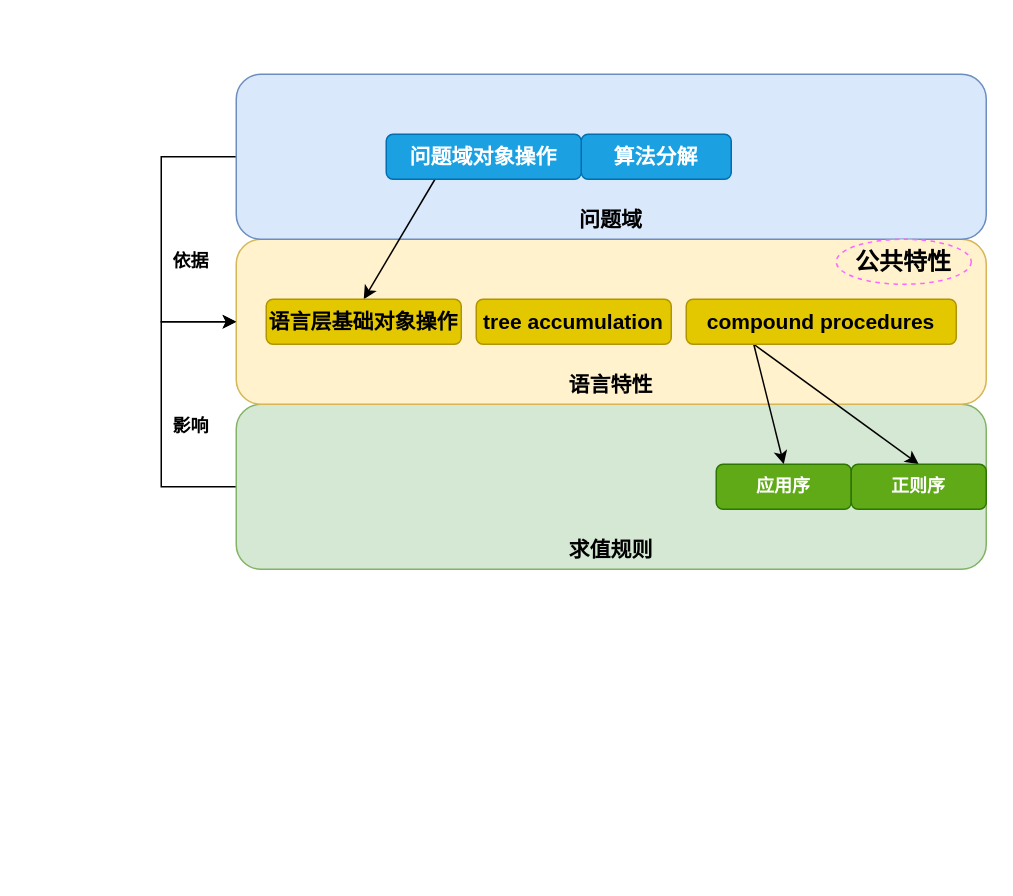
Earlier version of the draw.io diagram temp/syntex.drawio (buyouS/draw). Source tidied: cells renumbered, new cells numbered last; positions are measured from the earlier drawing's top-left corner, leaving out a move shared by most shapes. Both pictures are drawn from the tidied source at 150%, with x=0, y=0 at pixel (146, 74).
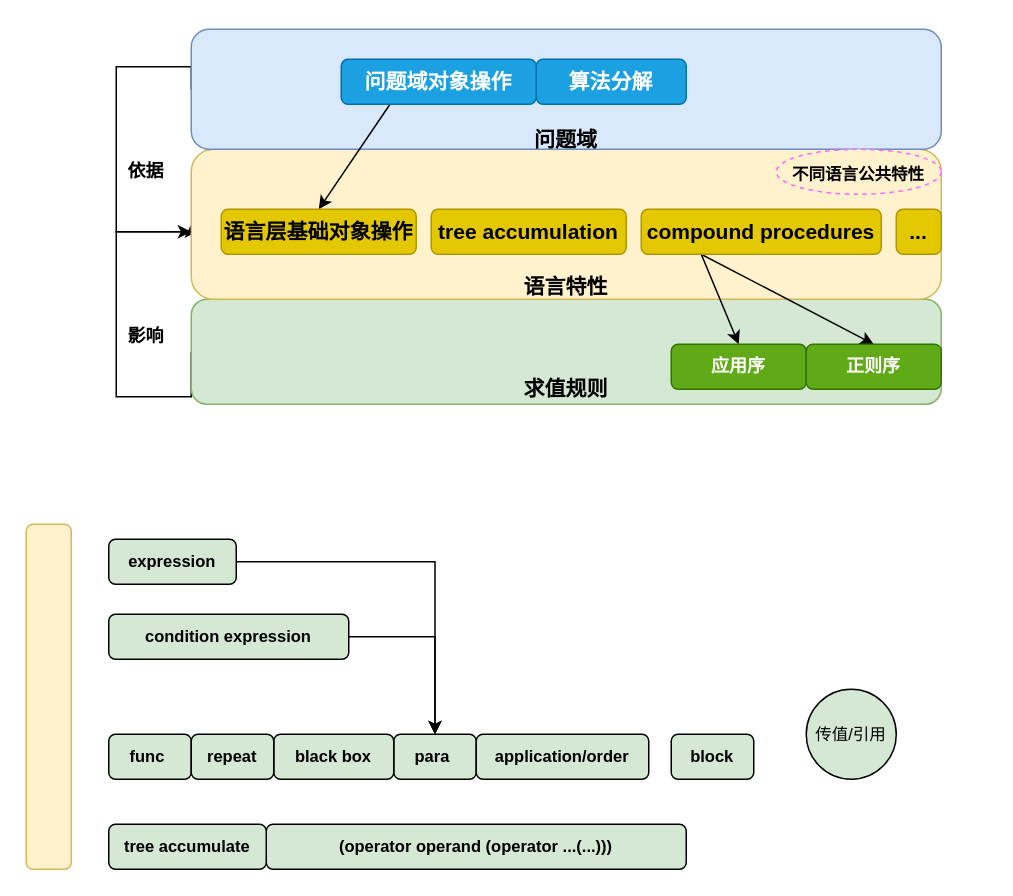
Above is the later version.

The edit, as a diff of the source:
```diff
@@
     <mxCell id="2" style="edgeStyle=orthogonalEdgeStyle;rounded=0;jettySize=auto;html=1;exitX=0;exitY=0.5;exitDx=0;exitDy=0;entryX=0;entryY=0.5;entryDx=0;entryDy=0;" parent="1" edge="1" source="3" target="4">
       <mxGeometry relative="1" as="geometry">
         <Array as="points">
-          <mxPoint x="10" y="275" />
-          <mxPoint x="10" y="165" />
+          <mxPoint x="-20" y="215" />
+          <mxPoint x="-20" y="105" />
         </Array>
       </mxGeometry>
     </mxCell>
-    <mxCell id="3" value="&lt;b&gt;&lt;br&gt;&lt;br&gt;&lt;br&gt;&lt;br&gt;&lt;br&gt;求值规则&lt;/b&gt;" style="rounded=1;whiteSpace=wrap;html=1;fontSize=14;fillColor=#d5e8d4;strokeColor=#82b366;" parent="1" vertex="1">
-      <mxGeometry x="60" y="220" width="500" height="110" as="geometry" />
+    <mxCell id="3" value="&lt;b&gt;&lt;br&gt;&lt;br&gt;&lt;br&gt;求值规则&lt;/b&gt;" style="rounded=1;whiteSpace=wrap;html=1;fontSize=14;fillColor=#d5e8d4;strokeColor=#82b366;" parent="1" vertex="1">
+      <mxGeometry x="30" y="150" width="500" height="70" as="geometry" />
     </mxCell>
     <mxCell id="4" value="&lt;br&gt;&lt;br&gt;&lt;br&gt;&lt;br&gt;&lt;br&gt;&lt;b&gt;语言特性&lt;/b&gt;" style="rounded=1;whiteSpace=wrap;html=1;fontSize=14;fillColor=#fff2cc;strokeColor=#d6b656;" parent="1" vertex="1">
-      <mxGeometry x="60" y="110" width="500" height="110" as="geometry" />
+      <mxGeometry x="30" y="50" width="500" height="100" as="geometry" />
     </mxCell>
-    <mxCell id="5" style="edgeStyle=orthogonalEdgeStyle;rounded=0;jettySize=auto;html=1;exitX=0;exitY=0.5;exitDx=0;exitDy=0;entryX=0;entryY=0.5;entryDx=0;entryDy=0;" parent="1" edge="1" source="6" target="4">
+    <mxCell id="5" style="edgeStyle=orthogonalEdgeStyle;rounded=0;jettySize=auto;html=1;exitX=0;exitY=0.5;exitDx=0;exitDy=0;" parent="1" edge="1" source="6" target="4">
       <mxGeometry relative="1" as="geometry">
         <Array as="points">
-          <mxPoint x="10" y="55" />
-          <mxPoint x="10" y="165" />
+          <mxPoint x="30" y="-5" />
+          <mxPoint x="-20" y="-5" />
+          <mxPoint x="-20" y="105" />
         </Array>
       </mxGeometry>
     </mxCell>
-    <mxCell id="6" value="&lt;br&gt;&lt;br&gt;&lt;br&gt;&lt;br&gt;&lt;br&gt;&lt;b&gt;问题域&lt;/b&gt;" style="rounded=1;whiteSpace=wrap;html=1;fontSize=14;fillColor=#dae8fc;strokeColor=#6c8ebf;" parent="1" vertex="1">
-      <mxGeometry x="60" width="500" height="110" as="geometry" />
+    <mxCell id="6" value="&lt;br&gt;&lt;br&gt;&lt;br&gt;&lt;br&gt;&lt;b&gt;问题域&lt;/b&gt;" style="rounded=1;whiteSpace=wrap;html=1;fontSize=14;fillColor=#dae8fc;strokeColor=#6c8ebf;" parent="1" vertex="1">
+      <mxGeometry x="30" y="-30" width="500" height="80" as="geometry" />
     </mxCell>
     <mxCell id="7" value="&lt;b&gt;&lt;font style=&quot;font-size: 14px&quot;&gt;算法分解&lt;/font&gt;&lt;/b&gt;" style="rounded=1;whiteSpace=wrap;html=1;fillColor=#1ba1e2;fontColor=#ffffff;strokeColor=#006EAF;" parent="1" vertex="1">
-      <mxGeometry x="290" y="40" width="100" height="30" as="geometry" />
+      <mxGeometry x="260" y="-10" width="100" height="30" as="geometry" />
     </mxCell>
@@
     <mxCell id="9" value="&lt;b&gt;&lt;font style=&quot;font-size: 14px&quot;&gt;问题域对象操作&lt;/font&gt;&lt;/b&gt;" style="rounded=1;whiteSpace=wrap;html=1;fillColor=#1ba1e2;fontColor=#ffffff;strokeColor=#006EAF;" parent="1" vertex="1">
-      <mxGeometry x="160" y="40" width="130" height="30" as="geometry" />
+      <mxGeometry x="130" y="-10" width="130" height="30" as="geometry" />
     </mxCell>
     <mxCell id="10" value="&lt;b&gt;&lt;font style=&quot;font-size: 14px&quot;&gt;语言层基础对象操作&lt;/font&gt;&lt;/b&gt;" style="rounded=1;whiteSpace=wrap;html=1;fillColor=#e3c800;fontColor=#000000;strokeColor=#B09500;" parent="1" vertex="1">
-      <mxGeometry x="80" y="150" width="130" height="30" as="geometry" />
+      <mxGeometry x="50" y="90" width="130" height="30" as="geometry" />
     </mxCell>
     <mxCell id="11" value="&lt;b&gt;&lt;font style=&quot;font-size: 14px&quot;&gt;tree accumulation&lt;/font&gt;&lt;/b&gt;" style="rounded=1;whiteSpace=wrap;html=1;fillColor=#e3c800;fontColor=#000000;strokeColor=#B09500;" parent="1" vertex="1">
-      <mxGeometry x="220" y="150" width="130" height="30" as="geometry" />
+      <mxGeometry x="190" y="90" width="130" height="30" as="geometry" />
     </mxCell>
@@
     <mxCell id="14" value="&lt;span style=&quot;font-size: 14px&quot;&gt;&lt;b&gt;compound procedures&lt;/b&gt;&lt;/span&gt;" style="rounded=1;whiteSpace=wrap;html=1;fillColor=#e3c800;fontColor=#000000;strokeColor=#B09500;" parent="1" vertex="1">
-      <mxGeometry x="360" y="150" width="180" height="30" as="geometry" />
+      <mxGeometry x="330" y="90" width="160" height="30" as="geometry" />
     </mxCell>
     <mxCell id="15" value="&lt;b&gt;应用序&lt;/b&gt;" style="rounded=1;whiteSpace=wrap;html=1;fillColor=#60a917;fontColor=#ffffff;strokeColor=#2D7600;" parent="1" vertex="1">
-      <mxGeometry x="380" y="260" width="90" height="30" as="geometry" />
+      <mxGeometry x="350" y="180" width="90" height="30" as="geometry" />
     </mxCell>
     <mxCell id="16" value="&lt;b&gt;正则序&lt;/b&gt;" style="rounded=1;whiteSpace=wrap;html=1;fillColor=#60a917;fontColor=#ffffff;strokeColor=#2D7600;" parent="1" vertex="1">
-      <mxGeometry x="470" y="260" width="90" height="30" as="geometry" />
+      <mxGeometry x="440" y="180" width="90" height="30" as="geometry" />
     </mxCell>
@@
     <mxCell id="18" value="&lt;b&gt;影响&lt;/b&gt;" style="text;html=1;strokeColor=none;fillColor=none;align=center;verticalAlign=middle;whiteSpace=wrap;rounded=0;" parent="1" vertex="1">
-      <mxGeometry y="220" width="60" height="30" as="geometry" />
+      <mxGeometry x="-30" y="160" width="60" height="30" as="geometry" />
     </mxCell>
     <mxCell id="19" value="&lt;b&gt;依据&lt;/b&gt;" style="text;html=1;strokeColor=none;fillColor=none;align=center;verticalAlign=middle;whiteSpace=wrap;rounded=0;" parent="1" vertex="1">
-      <mxGeometry y="110" width="60" height="30" as="geometry" />
+      <mxGeometry x="-30" y="50" width="60" height="30" as="geometry" />
     </mxCell>
-    <mxCell id="20" value="&lt;b&gt;公共特性&lt;/b&gt;" style="ellipse;whiteSpace=wrap;html=1;align=center;dashed=1;fontSize=16;fillColor=#fff2cc;strokeColor=#FF66FF;" parent="1" vertex="1">
-      <mxGeometry x="460" y="110" width="90" height="30" as="geometry" />
+    <mxCell id="20" value="&lt;b&gt;&lt;font style=&quot;font-size: 11px&quot;&gt;不同语言公共特性&lt;/font&gt;&lt;/b&gt;" style="ellipse;whiteSpace=wrap;html=1;align=center;dashed=1;fontSize=16;fillColor=#fff2cc;strokeColor=#FF66FF;" parent="1" vertex="1">
+      <mxGeometry x="420" y="50" width="110" height="30" as="geometry" />
     </mxCell>
+    <mxCell id="21" value="&lt;span style=&quot;font-size: 14px&quot;&gt;&lt;b&gt;...&lt;/b&gt;&lt;/span&gt;" style="rounded=1;whiteSpace=wrap;html=1;fillColor=#e3c800;fontColor=#000000;strokeColor=#B09500;" parent="1" vertex="1">
+      <mxGeometry x="500" y="90" width="30" height="30" as="geometry" />
+    </mxCell>
+    <mxCell id="22" style="edgeStyle=orthogonalEdgeStyle;rounded=0;jettySize=auto;html=1;exitX=1;exitY=0.5;exitDx=0;exitDy=0;entryX=0.5;entryY=0;entryDx=0;entryDy=0;fontSize=11;fontColor=#000000;" parent="1" edge="1" source="23" target="29">
+      <mxGeometry relative="1" as="geometry" />
+    </mxCell>
+    <mxCell id="23" value="&lt;b&gt;expression&lt;/b&gt;" style="rounded=1;whiteSpace=wrap;html=1;fontSize=11;fillColor=#D5E8D4;" parent="1" vertex="1">
+      <mxGeometry x="-25" y="310" width="85" height="30" as="geometry" />
+    </mxCell>
+    <mxCell id="24" value="&lt;b&gt;(operator operand (operator ...(...)))&lt;/b&gt;" style="rounded=1;whiteSpace=wrap;html=1;fontSize=11;fillColor=#D5E8D4;" parent="1" vertex="1">
+      <mxGeometry x="80" y="500" width="280" height="30" as="geometry" />
+    </mxCell>
+    <mxCell id="25" value="&lt;b&gt;tree accumulate&lt;/b&gt;" style="rounded=1;whiteSpace=wrap;html=1;fontSize=11;fillColor=#D5E8D4;" parent="1" vertex="1">
+      <mxGeometry x="-25" y="500" width="105" height="30" as="geometry" />
+    </mxCell>
+    <mxCell id="26" style="edgeStyle=orthogonalEdgeStyle;rounded=0;jettySize=auto;html=1;exitX=1;exitY=0.5;exitDx=0;exitDy=0;entryX=0.5;entryY=0;entryDx=0;entryDy=0;fontSize=11;fontColor=#000000;" parent="1" edge="1" source="27" target="29">
+      <mxGeometry relative="1" as="geometry" />
+    </mxCell>
+    <mxCell id="27" value="&lt;b&gt;condition expression&lt;/b&gt;" style="rounded=1;whiteSpace=wrap;html=1;fontSize=11;fillColor=#D5E8D4;" parent="1" vertex="1">
+      <mxGeometry x="-25" y="360" width="160" height="30" as="geometry" />
+    </mxCell>
+    <mxCell id="28" value="&lt;b&gt;func&amp;nbsp;&lt;/b&gt;" style="rounded=1;whiteSpace=wrap;html=1;fontSize=11;fillColor=#D5E8D4;" parent="1" vertex="1">
+      <mxGeometry x="-25" y="440" width="55" height="30" as="geometry" />
+    </mxCell>
+    <mxCell id="29" value="&lt;b&gt;para&amp;nbsp;&lt;/b&gt;" style="rounded=1;whiteSpace=wrap;html=1;fontSize=11;fillColor=#D5E8D4;" parent="1" vertex="1">
+      <mxGeometry x="165" y="440" width="55" height="30" as="geometry" />
+    </mxCell>
+    <mxCell id="30" value="&lt;b&gt;black box&lt;/b&gt;" style="rounded=1;whiteSpace=wrap;html=1;fontSize=11;fillColor=#D5E8D4;" parent="1" vertex="1">
+      <mxGeometry x="85" y="440" width="80" height="30" as="geometry" />
+    </mxCell>
+    <mxCell id="31" style="rounded=1;whiteSpace=wrap;html=1;fontSize=11;fillColor=#fff2cc;strokeColor=#d6b656;" parent="1" vertex="1">
+      <mxGeometry x="-80" y="300" width="30" height="230" as="geometry" />
+    </mxCell>
+    <mxCell id="32" value="&lt;b&gt;application/order&lt;/b&gt;" style="rounded=1;whiteSpace=wrap;html=1;fontSize=11;fillColor=#D5E8D4;" parent="1" vertex="1">
+      <mxGeometry x="220" y="440" width="115" height="30" as="geometry" />
+    </mxCell>
+    <mxCell id="33" value="&lt;b&gt;repeat&lt;/b&gt;" style="rounded=1;whiteSpace=wrap;html=1;fontSize=11;fillColor=#D5E8D4;" parent="1" vertex="1">
+      <mxGeometry x="30" y="440" width="55" height="30" as="geometry" />
+    </mxCell>
+    <mxCell id="34" value="&lt;b&gt;block&lt;/b&gt;" style="rounded=1;whiteSpace=wrap;html=1;fontSize=11;fillColor=#D5E8D4;" parent="1" vertex="1">
+      <mxGeometry x="350" y="440" width="55" height="30" as="geometry" />
+    </mxCell>
+    <mxCell id="35" value="传值/引用" style="ellipse;whiteSpace=wrap;html=1;fontSize=11;fontColor=#000000;fillColor=#D5E8D4;" parent="1" vertex="1">
+      <mxGeometry x="440" y="410" width="60" height="60" as="geometry" />
+    </mxCell>
```
